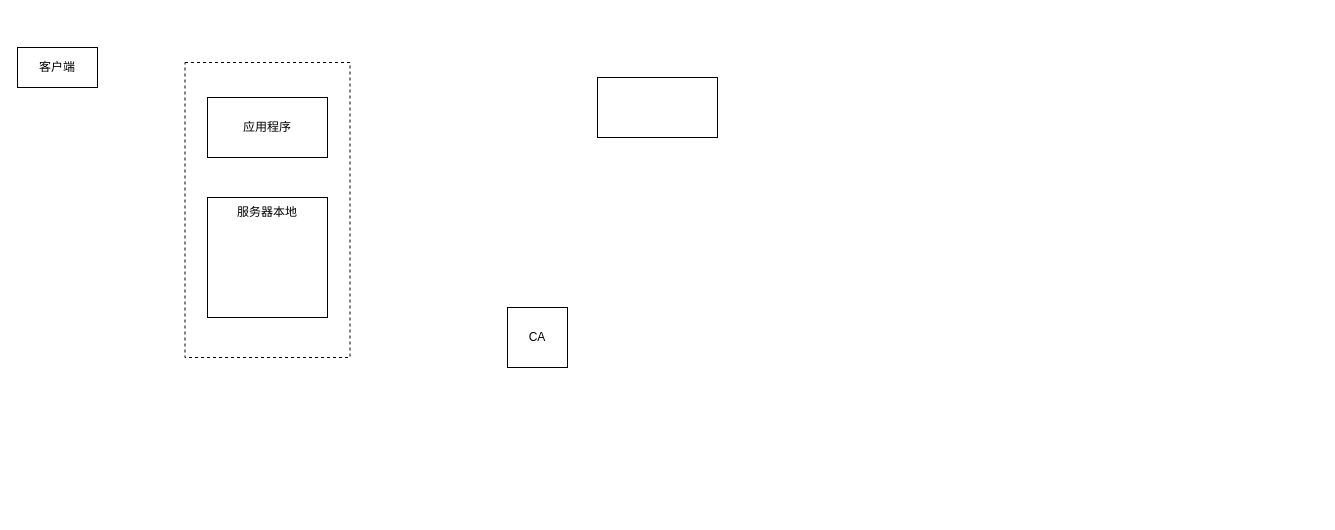
Before: NetworkTopu.drawio in 449121927/449121927, a draw.io diagram. Source tidied: cells renumbered, new cells numbered last; positions are measured from the earlier drawing's top-left corner, leaving out a move shared by most shapes. Both pictures are drawn from the tidied source at 100%, with x=0, y=0 at pixel (17, 47).
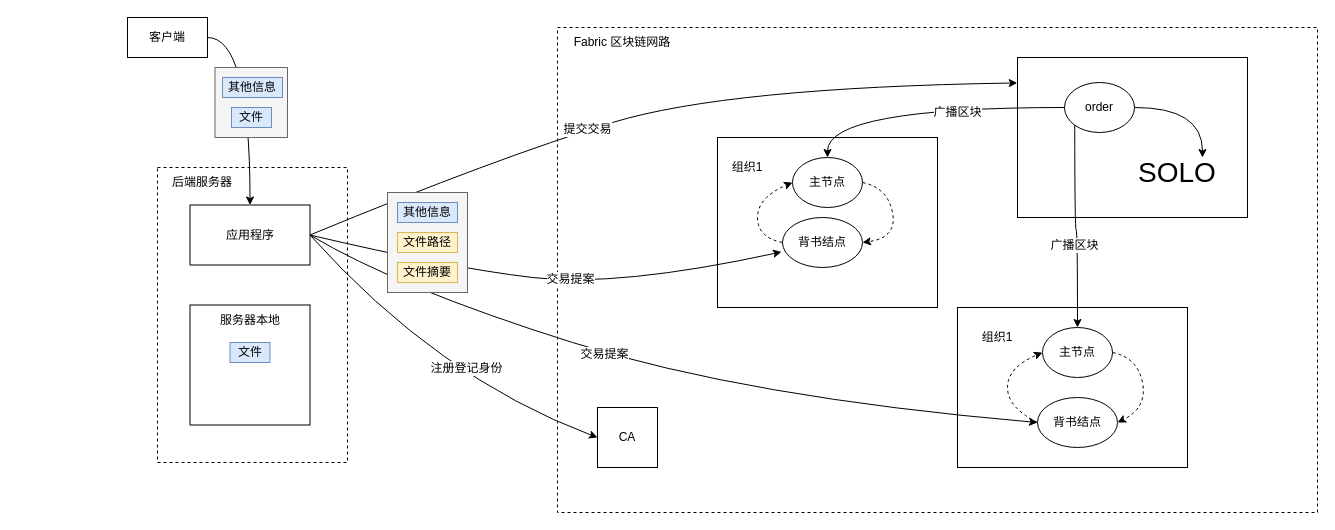
After the change.

Diff of the diagram source:
```diff
@@
+    <mxCell id="9" style="rounded=0;whiteSpace=wrap;html=1;fillColor=none;dashed=1;" parent="1" vertex="1">
+      <mxGeometry x="540" y="-20" width="760" height="485" as="geometry" />
+    </mxCell>
+    <mxCell id="10" style="rounded=0;whiteSpace=wrap;html=1;fillColor=default;" parent="1" vertex="1">
+      <mxGeometry x="700" y="90" width="220" height="170" as="geometry" />
+    </mxCell>
     <mxCell id="2" style="rounded=0;whiteSpace=wrap;html=1;fillColor=none;dashed=1;" parent="1" vertex="1">
-      <mxGeometry x="167.5" y="15" width="165" height="295" as="geometry" />
+      <mxGeometry x="140" y="120" width="190" height="295" as="geometry" />
     </mxCell>
+    <mxCell id="11" style="edgeStyle=orthogonalEdgeStyle;curved=1;rounded=0;jettySize=auto;html=1;exitX=1;exitY=0.5;exitDx=0;exitDy=0;fontSize=12;" parent="1" edge="1" source="3" target="5">
+      <mxGeometry relative="1" as="geometry" />
+    </mxCell>
     <mxCell id="3" value="客户端" style="rounded=0;whiteSpace=wrap;html=1;" parent="1" vertex="1">
-      <mxGeometry width="80" height="40" as="geometry" />
+      <mxGeometry x="110" y="-30" width="80" height="40" as="geometry" />
     </mxCell>
     <mxCell id="4" value="CA" style="whiteSpace=wrap;html=1;" parent="1" vertex="1">
-      <mxGeometry x="490" y="260" width="60" height="60" as="geometry" />
+      <mxGeometry x="580" y="360" width="60" height="60" as="geometry" />
     </mxCell>
     <mxCell id="5" value="应用程序" style="rounded=0;whiteSpace=wrap;html=1;" parent="1" vertex="1">
-      <mxGeometry x="190" y="50" width="120" height="60" as="geometry" />
+      <mxGeometry x="172.5" y="157.5" width="120" height="60" as="geometry" />
     </mxCell>
     <mxCell id="6" style="whiteSpace=wrap;html=1;" parent="1" vertex="1">
-      <mxGeometry x="190" y="150" width="120" height="120" as="geometry" />
+      <mxGeometry x="172.5" y="257.5" width="120" height="120" as="geometry" />
     </mxCell>
     <mxCell id="7" value="服务器本地" style="text;html=1;strokeColor=none;fillColor=none;align=center;verticalAlign=middle;whiteSpace=wrap;rounded=0;" parent="1" vertex="1">
-      <mxGeometry x="215" y="150" width="70" height="30" as="geometry" />
+      <mxGeometry x="197.5" y="257.5" width="70" height="30" as="geometry" />
     </mxCell>
-    <mxCell id="8" style="rounded=0;whiteSpace=wrap;html=1;" parent="1" vertex="1">
-      <mxGeometry x="580" y="30" width="120" height="60" as="geometry" />
-    </mxCell>
+    <mxCell id="12" value="主节点" style="ellipse;whiteSpace=wrap;html=1;fillColor=default;" parent="1" vertex="1">
+      <mxGeometry x="775" y="110" width="70" height="50" as="geometry" />
+    </mxCell>
+    <mxCell id="13" value="背书结点" style="ellipse;whiteSpace=wrap;html=1;fillColor=default;" parent="1" vertex="1">
+      <mxGeometry x="765" y="170" width="80" height="50" as="geometry" />
+    </mxCell>
+    <mxCell id="14" style="curved=1;endArrow=classic;html=1;rounded=0;exitX=1;exitY=0.5;exitDx=0;exitDy=0;entryX=1;entryY=0.5;entryDx=0;entryDy=0;dashed=1;" parent="1" edge="1" source="12" target="13">
+      <mxGeometry relative="1" as="geometry">
+        <Array as="points">
+          <mxPoint x="870" y="140" />
+          <mxPoint x="880" y="190" />
+        </Array>
+      </mxGeometry>
+    </mxCell>
+    <mxCell id="15" style="curved=1;endArrow=classic;html=1;rounded=0;exitX=0;exitY=0.5;exitDx=0;exitDy=0;entryX=0;entryY=0.5;entryDx=0;entryDy=0;dashed=1;" parent="1" edge="1" source="13" target="12">
+      <mxGeometry relative="1" as="geometry">
+        <Array as="points">
+          <mxPoint x="740" y="190" />
+          <mxPoint x="740" y="150" />
+        </Array>
+      </mxGeometry>
+    </mxCell>
+    <mxCell id="16" value="组织1" style="text;html=1;strokeColor=none;fillColor=none;align=center;verticalAlign=middle;whiteSpace=wrap;rounded=0;dashed=1;dashPattern=1 1;" parent="1" vertex="1">
+      <mxGeometry x="700" y="105" width="60" height="30" as="geometry" />
+    </mxCell>
+    <mxCell id="17" style="rounded=0;whiteSpace=wrap;html=1;fillColor=default;" parent="1" vertex="1">
+      <mxGeometry x="940" y="260" width="230" height="160" as="geometry" />
+    </mxCell>
+    <mxCell id="18" value="主节点" style="ellipse;whiteSpace=wrap;html=1;fillColor=default;" parent="1" vertex="1">
+      <mxGeometry x="1025" y="280" width="70" height="50" as="geometry" />
+    </mxCell>
+    <mxCell id="19" value="背书结点" style="ellipse;whiteSpace=wrap;html=1;fillColor=default;" parent="1" vertex="1">
+      <mxGeometry x="1020" y="350" width="80" height="50" as="geometry" />
+    </mxCell>
+    <mxCell id="20" style="curved=1;endArrow=classic;html=1;rounded=0;exitX=1;exitY=0.5;exitDx=0;exitDy=0;entryX=1;entryY=0.5;entryDx=0;entryDy=0;dashed=1;" parent="1" edge="1" source="18" target="19">
+      <mxGeometry relative="1" as="geometry">
+        <Array as="points">
+          <mxPoint x="1120" y="310" />
+          <mxPoint x="1130" y="360" />
+        </Array>
+      </mxGeometry>
+    </mxCell>
+    <mxCell id="21" style="curved=1;endArrow=classic;html=1;rounded=0;exitX=0;exitY=0.5;exitDx=0;exitDy=0;entryX=0;entryY=0.5;entryDx=0;entryDy=0;dashed=1;" parent="1" edge="1" source="19" target="18">
+      <mxGeometry relative="1" as="geometry">
+        <Array as="points">
+          <mxPoint x="990" y="360" />
+          <mxPoint x="990" y="320" />
+        </Array>
+      </mxGeometry>
+    </mxCell>
+    <mxCell id="22" value="组织1" style="text;html=1;strokeColor=none;fillColor=none;align=center;verticalAlign=middle;whiteSpace=wrap;rounded=0;dashed=1;dashPattern=1 1;" parent="1" vertex="1">
+      <mxGeometry x="950" y="275" width="60" height="30" as="geometry" />
+    </mxCell>
+    <mxCell id="23" style="rounded=0;whiteSpace=wrap;html=1;fillColor=default;" parent="1" vertex="1">
+      <mxGeometry x="1000" y="10" width="230" height="160" as="geometry" />
+    </mxCell>
+    <mxCell id="24" style="edgeStyle=orthogonalEdgeStyle;curved=1;rounded=0;jettySize=auto;html=1;exitX=1;exitY=0.5;exitDx=0;exitDy=0;entryX=0.75;entryY=0;entryDx=0;entryDy=0;fontSize=32;" parent="1" edge="1" source="29" target="30">
+      <mxGeometry relative="1" as="geometry" />
+    </mxCell>
+    <mxCell id="25" style="edgeStyle=orthogonalEdgeStyle;curved=1;rounded=0;jettySize=auto;html=1;exitX=0;exitY=0.5;exitDx=0;exitDy=0;fontSize=32;" parent="1" edge="1" source="29" target="12">
+      <mxGeometry relative="1" as="geometry" />
+    </mxCell>
+    <mxCell id="26" value="广播区块" style="edgeLabel;html=1;align=center;verticalAlign=middle;fontSize=12;" parent="25" vertex="1">
+      <mxGeometry x="-0.25" y="4" relative="1" as="geometry" />
+    </mxCell>
+    <mxCell id="27" style="edgeStyle=orthogonalEdgeStyle;curved=1;rounded=0;jettySize=auto;html=1;exitX=0;exitY=1;exitDx=0;exitDy=0;entryX=0.5;entryY=0;entryDx=0;entryDy=0;fontSize=32;" parent="1" edge="1" source="29" target="18">
+      <mxGeometry relative="1" as="geometry" />
+    </mxCell>
+    <mxCell id="28" value="广播区块" style="edgeLabel;html=1;align=center;verticalAlign=middle;fontSize=12;" parent="27" vertex="1">
+      <mxGeometry x="0.2" y="-4" relative="1" as="geometry" />
+    </mxCell>
+    <mxCell id="29" value="order" style="ellipse;whiteSpace=wrap;html=1;fillColor=default;" parent="1" vertex="1">
+      <mxGeometry x="1047" y="35" width="70" height="50" as="geometry" />
+    </mxCell>
+    <mxCell id="30" value="&lt;font style=&quot;font-size: 28px&quot;&gt;SOLO&lt;/font&gt;" style="text;html=1;strokeColor=none;fillColor=none;align=center;verticalAlign=middle;whiteSpace=wrap;rounded=0;" parent="1" vertex="1">
+      <mxGeometry x="1110" y="110" width="100" height="30" as="geometry" />
+    </mxCell>
+    <mxCell id="31" value="文件" style="rounded=0;whiteSpace=wrap;html=1;fontSize=12;fillColor=#dae8fc;strokeColor=#6c8ebf;" parent="1" vertex="1">
+      <mxGeometry x="212.5" y="295" width="40" height="20" as="geometry" />
+    </mxCell>
+    <mxCell id="32" style="rounded=0;whiteSpace=wrap;html=1;fontSize=12;fillColor=#f5f5f5;fontColor=#333333;strokeColor=#666666;" parent="1" vertex="1">
+      <mxGeometry x="197.5" y="20" width="72.5" height="70" as="geometry" />
+    </mxCell>
+    <mxCell id="33" value="文件" style="rounded=0;whiteSpace=wrap;html=1;fontSize=12;fillColor=#dae8fc;strokeColor=#6c8ebf;" parent="1" vertex="1">
+      <mxGeometry x="214" y="60" width="40" height="20" as="geometry" />
+    </mxCell>
+    <mxCell id="34" value="其他信息" style="rounded=0;whiteSpace=wrap;html=1;fontSize=12;fillColor=#dae8fc;strokeColor=#6c8ebf;" parent="1" vertex="1">
+      <mxGeometry x="205" y="30" width="60" height="20" as="geometry" />
+    </mxCell>
+    <mxCell id="35" style="curved=1;endArrow=classic;html=1;rounded=0;fontSize=12;exitX=1;exitY=0.5;exitDx=0;exitDy=0;entryX=0;entryY=0.5;entryDx=0;entryDy=0;" parent="1" edge="1" source="5" target="19">
+      <mxGeometry relative="1" as="geometry">
+        <Array as="points">
+          <mxPoint x="380" y="240" />
+          <mxPoint x="730" y="350" />
+        </Array>
+      </mxGeometry>
+    </mxCell>
+    <mxCell id="36" value="交易提案" style="edgeLabel;html=1;align=center;verticalAlign=middle;fontSize=12;" parent="35" vertex="1">
+      <mxGeometry x="-0.16" y="-1" relative="1" as="geometry" />
+    </mxCell>
+    <mxCell id="37" style="curved=1;endArrow=classic;html=1;rounded=0;fontSize=12;exitX=1;exitY=0.5;exitDx=0;exitDy=0;entryX=0;entryY=0.5;entryDx=0;entryDy=0;" parent="1" edge="1" source="5" target="4">
+      <mxGeometry relative="1" as="geometry">
+        <Array as="points">
+          <mxPoint x="420" y="330" />
+        </Array>
+      </mxGeometry>
+    </mxCell>
+    <mxCell id="38" value="注册登记身份" style="edgeLabel;html=1;align=center;verticalAlign=middle;fontSize=12;" parent="37" vertex="1">
+      <mxGeometry x="0.19" y="19" relative="1" as="geometry" />
+    </mxCell>
+    <mxCell id="39" style="curved=1;endArrow=classic;html=1;rounded=0;fontSize=12;exitX=1;exitY=0.5;exitDx=0;exitDy=0;entryX=-0.012;entryY=0.688;entryDx=0;entryDy=0;entryPerimeter=0;" parent="1" edge="1" source="5" target="13">
+      <mxGeometry relative="1" as="geometry">
+        <Array as="points">
+          <mxPoint x="430" y="220" />
+          <mxPoint x="600" y="240" />
+        </Array>
+      </mxGeometry>
+    </mxCell>
+    <mxCell id="40" value="交易提案" style="edgeLabel;html=1;align=center;verticalAlign=middle;fontSize=12;" parent="39" vertex="1">
+      <mxGeometry x="0.1" y="3" relative="1" as="geometry" />
+    </mxCell>
+    <mxCell id="41" style="curved=1;endArrow=classic;html=1;rounded=0;fontSize=12;exitX=1;exitY=0.5;exitDx=0;exitDy=0;entryX=-0.001;entryY=0.159;entryDx=0;entryDy=0;entryPerimeter=0;" parent="1" edge="1" source="5" target="23">
+      <mxGeometry relative="1" as="geometry">
+        <Array as="points">
+          <mxPoint x="480" y="110" />
+          <mxPoint x="710" y="40" />
+        </Array>
+      </mxGeometry>
+    </mxCell>
+    <mxCell id="42" value="提交交易" style="edgeLabel;html=1;align=center;verticalAlign=middle;fontSize=12;" parent="41" vertex="1">
+      <mxGeometry x="-0.19" y="1" relative="1" as="geometry" />
+    </mxCell>
+    <mxCell id="43" style="rounded=0;whiteSpace=wrap;html=1;fontSize=12;fillColor=#f5f5f5;fontColor=#333333;strokeColor=#666666;" parent="1" vertex="1">
+      <mxGeometry x="370" y="145" width="80" height="100" as="geometry" />
+    </mxCell>
+    <mxCell id="44" value="其他信息" style="rounded=0;whiteSpace=wrap;html=1;fontSize=12;fillColor=#dae8fc;strokeColor=#6c8ebf;" parent="1" vertex="1">
+      <mxGeometry x="380" y="155" width="60" height="20" as="geometry" />
+    </mxCell>
+    <mxCell id="45" value="文件路径" style="rounded=0;whiteSpace=wrap;html=1;fontSize=12;fillColor=#fff2cc;strokeColor=#d6b656;" parent="1" vertex="1">
+      <mxGeometry x="380" y="185" width="60" height="20" as="geometry" />
+    </mxCell>
+    <mxCell id="46" value="文件摘要" style="rounded=0;whiteSpace=wrap;html=1;fontSize=12;fillColor=#fff2cc;strokeColor=#d6b656;" parent="1" vertex="1">
+      <mxGeometry x="380" y="215" width="60" height="20" as="geometry" />
+    </mxCell>
+    <mxCell id="47" value="后端服务器" style="text;html=1;strokeColor=none;fillColor=none;align=center;verticalAlign=middle;whiteSpace=wrap;rounded=0;fontSize=12;" parent="1" vertex="1">
+      <mxGeometry x="140" y="120" width="90" height="30" as="geometry" />
+    </mxCell>
+    <mxCell id="48" value="Fabric 区块链网路" style="text;html=1;strokeColor=none;fillColor=none;align=center;verticalAlign=middle;whiteSpace=wrap;rounded=0;fontSize=12;" parent="1" vertex="1">
+      <mxGeometry x="540" y="-20" width="130" height="30" as="geometry" />
+    </mxCell>
```
